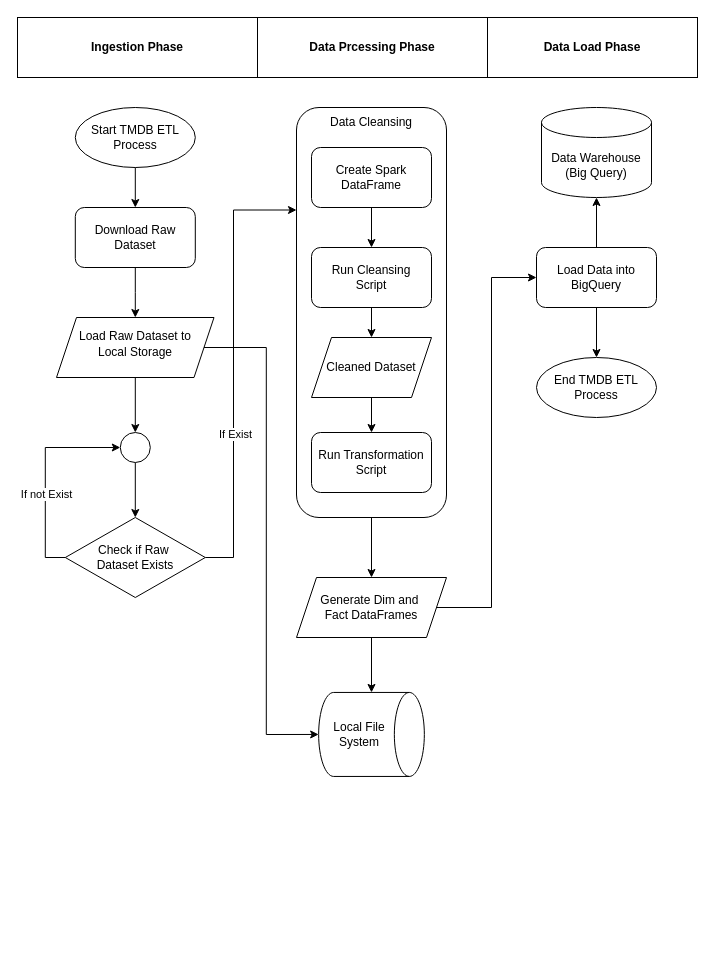
Above: doc/diagram/flow_diagram.drawio in 6587093polakornming/Airflow_Spark_Local (draw.io), before the change. Source tidied: cells renumbered, new cells numbered last; positions are measured from the earlier drawing's top-left corner, leaving out a move shared by most shapes. Both pictures are drawn from the tidied source at 100%, with x=0, y=0 at pixel (17, 17).
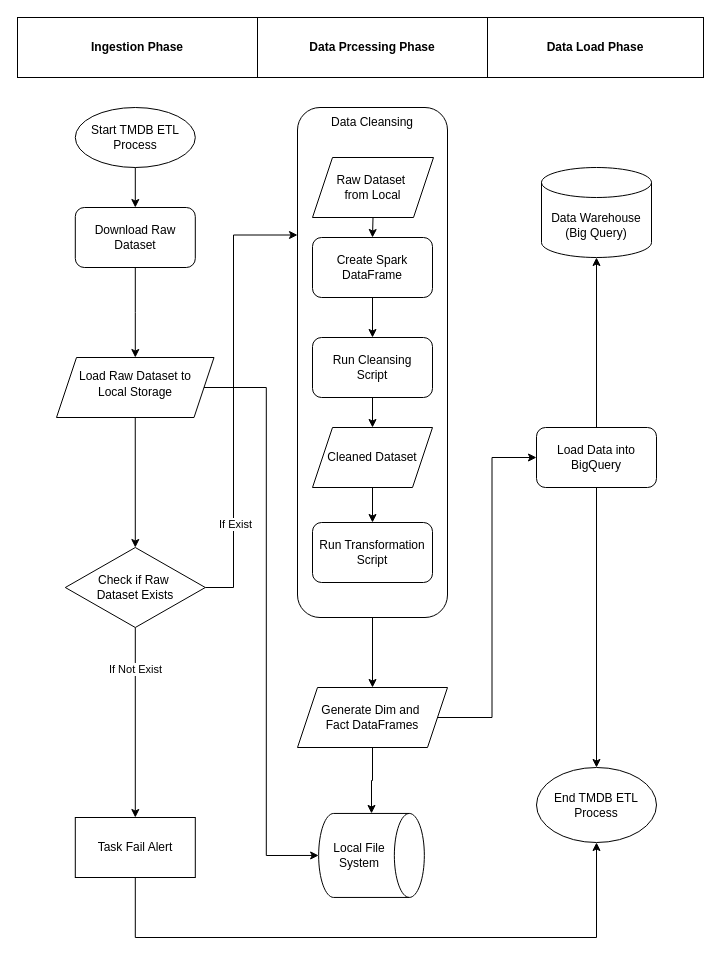
Above is the later version.

Unchanged cells that the change refers to:
```xml
<mxCell id="14" style="shape=cylinder3;whiteSpace=wrap;html=1;boundedLbl=1;backgroundOutline=1;size=15;rotation=90;" parent="13" vertex="1">
  <mxGeometry x="18" y="-15.9" width="84" height="105.7" as="geometry" />
</mxCell>
```

The edit, as a diff of the source:
```diff
@@
-    <mxCell id="6" style="edgeStyle=orthogonalEdgeStyle;rounded=0;jettySize=auto;html=1;" parent="1" edge="1" source="7" target="33">
-      <mxGeometry relative="1" as="geometry" />
-    </mxCell>
+    <mxCell id="41" style="edgeStyle=orthogonalEdgeStyle;rounded=0;jettySize=auto;html=1;exitX=0.5;exitY=1;exitDx=0;exitDy=0;entryX=0.5;entryY=0;entryDx=0;entryDy=0;" parent="1" edge="1" source="7" target="12">
+      <mxGeometry relative="1" as="geometry" />
+    </mxCell>
     <mxCell id="7" value="&lt;table&gt;&lt;tbody&gt;&lt;tr&gt;&lt;td&gt;&lt;code&gt;&lt;font face=&quot;Helvetica&quot;&gt;Load Raw Dataset to &lt;br&gt;Local Storage&lt;/font&gt;&lt;/code&gt;&lt;/td&gt;&lt;/tr&gt;&lt;/tbody&gt;&lt;/table&gt;&lt;table&gt;&lt;tbody&gt;&lt;tr&gt;&lt;td&gt;&lt;/td&gt;&lt;/tr&gt;&lt;/tbody&gt;&lt;/table&gt;" style="shape=parallelogram;perimeter=parallelogramPerimeter;whiteSpace=wrap;html=1;fixedSize=1;" parent="1" vertex="1">
-      <mxGeometry x="39" y="300" width="157.5" height="60" as="geometry" />
+      <mxGeometry x="39" y="340" width="157.5" height="60" as="geometry" />
     </mxCell>
-    <mxCell id="8" style="edgeStyle=orthogonalEdgeStyle;rounded=0;jettySize=auto;html=1;exitX=0;exitY=0.5;exitDx=0;exitDy=0;entryX=0;entryY=0.5;entryDx=0;entryDy=0;" parent="1" edge="1" source="12" target="33">
-      <mxGeometry relative="1" as="geometry" />
-    </mxCell>
-    <mxCell id="9" value="If not Exist" style="edgeLabel;html=1;align=center;verticalAlign=middle;" parent="8" vertex="1">
-      <mxGeometry x="-0.18" y="-1" relative="1" as="geometry" />
-    </mxCell>
     <mxCell id="10" style="edgeStyle=orthogonalEdgeStyle;rounded=0;jettySize=auto;html=1;exitX=1;exitY=0.5;exitDx=0;exitDy=0;entryX=0;entryY=0.25;entryDx=0;entryDy=0;" parent="1" edge="1" source="12" target="23">
       <mxGeometry relative="1" as="geometry">
         <Array as="points">
-          <mxPoint x="216" y="540" />
-          <mxPoint x="216" y="193" />
+          <mxPoint x="216" y="570" />
+          <mxPoint x="216" y="217" />
         </Array>
       </mxGeometry>
     </mxCell>
     <mxCell id="11" value="If Exist" style="edgeLabel;html=1;align=center;verticalAlign=middle;" parent="10" vertex="1">
       <mxGeometry x="-0.31" y="-1" relative="1" as="geometry">
-        <mxPoint y="-1" as="offset" />
+        <mxPoint y="61" as="offset" />
       </mxGeometry>
     </mxCell>
+    <mxCell id="42" style="edgeStyle=orthogonalEdgeStyle;rounded=0;jettySize=auto;html=1;exitX=0.5;exitY=1;exitDx=0;exitDy=0;entryX=0.5;entryY=0;entryDx=0;entryDy=0;" parent="1" edge="1" source="12" target="45">
+      <mxGeometry relative="1" as="geometry" />
+    </mxCell>
+    <mxCell id="43" value="If Not Exist" style="edgeLabel;html=1;align=center;verticalAlign=middle;" parent="42" vertex="1">
+      <mxGeometry x="-0.15" y="-2" relative="1" as="geometry">
+        <mxPoint x="2" y="-40" as="offset" />
+      </mxGeometry>
+    </mxCell>
     <mxCell id="12" value="Check if Raw&amp;nbsp;&lt;div&gt;Dataset Exists&lt;/div&gt;" style="rhombus;whiteSpace=wrap;html=1;" parent="1" vertex="1">
-      <mxGeometry x="47.8" y="500" width="140" height="80" as="geometry" />
+      <mxGeometry x="47.8" y="530" width="140" height="80" as="geometry" />
     </mxCell>
     <mxCell id="13" style="group;" parent="1" vertex="1">
-      <mxGeometry x="294" y="680" width="120" height="74" as="geometry" />
+      <mxGeometry x="294" y="801" width="120" height="74" as="geometry" />
     </mxCell>
@@
     <mxCell id="17" value="Generate Dim and&amp;nbsp;&lt;div&gt;Fact DataFrames&lt;/div&gt;" style="shape=parallelogram;perimeter=parallelogramPerimeter;whiteSpace=wrap;html=1;fixedSize=1;" parent="1" vertex="1">
-      <mxGeometry x="279" y="560" width="150" height="60" as="geometry" />
+      <mxGeometry x="280" y="670" width="150" height="60" as="geometry" />
     </mxCell>
@@
     <mxCell id="19" value="Load Data into BigQuery" style="rounded=1;whiteSpace=wrap;html=1;" parent="1" vertex="1">
-      <mxGeometry x="519" y="230" width="120" height="60" as="geometry" />
+      <mxGeometry x="519" y="410" width="120" height="60" as="geometry" />
     </mxCell>
     <mxCell id="20" value="Data Warehouse (Big Query)" style="shape=cylinder3;whiteSpace=wrap;html=1;boundedLbl=1;backgroundOutline=1;size=15;" parent="1" vertex="1">
-      <mxGeometry x="524" y="90" width="110" height="90" as="geometry" />
+      <mxGeometry x="524" y="150" width="110" height="90" as="geometry" />
     </mxCell>
     <mxCell id="21" value="End TMDB ETL Process" style="ellipse;whiteSpace=wrap;html=1;" parent="1" vertex="1">
-      <mxGeometry x="519" y="340" width="120" height="60" as="geometry" />
+      <mxGeometry x="519" y="750" width="120" height="75" as="geometry" />
     </mxCell>
-    <mxCell id="22" style="group;" parent="1" vertex="1">
-      <mxGeometry x="279" y="90" width="150" height="410" as="geometry" />
-    </mxCell>
+    <mxCell id="34" style="edgeStyle=orthogonalEdgeStyle;rounded=0;jettySize=auto;html=1;exitX=0.5;exitY=0;exitDx=0;exitDy=0;entryX=0.5;entryY=1;entryDx=0;entryDy=0;entryPerimeter=0;" parent="1" edge="1" source="19" target="20">
+      <mxGeometry relative="1" as="geometry" />
+    </mxCell>
+    <mxCell id="35" style="edgeStyle=orthogonalEdgeStyle;rounded=0;jettySize=auto;html=1;exitX=1;exitY=0.5;exitDx=0;exitDy=0;entryX=0.5;entryY=1;entryDx=0;entryDy=0;entryPerimeter=0;" parent="1" edge="1" source="7" target="14">
+      <mxGeometry relative="1" as="geometry" />
+    </mxCell>
+    <mxCell id="36" style="edgeStyle=orthogonalEdgeStyle;rounded=0;jettySize=auto;html=1;exitX=0.5;exitY=1;exitDx=0;exitDy=0;entryX=0.5;entryY=0;entryDx=0;entryDy=0;" parent="1" edge="1" source="23" target="17">
+      <mxGeometry relative="1" as="geometry" />
+    </mxCell>
+    <mxCell id="37" style="edgeStyle=orthogonalEdgeStyle;rounded=0;jettySize=auto;html=1;exitX=0.5;exitY=1;exitDx=0;exitDy=0;entryX=0;entryY=0.5;entryDx=0;entryDy=0;entryPerimeter=0;" parent="1" edge="1" source="17" target="14">
+      <mxGeometry relative="1" as="geometry" />
+    </mxCell>
+    <mxCell id="38" value="&lt;b&gt;Ingestion Phase&lt;/b&gt;" style="rounded=0;whiteSpace=wrap;html=1;" parent="1" vertex="1">
+      <mxGeometry width="240" height="60" as="geometry" />
+    </mxCell>
+    <mxCell id="39" value="&lt;b&gt;Data Prcessing Phase&lt;/b&gt;" style="rounded=0;whiteSpace=wrap;html=1;" parent="1" vertex="1">
+      <mxGeometry x="240" width="230" height="60" as="geometry" />
+    </mxCell>
+    <mxCell id="40" value="&lt;b&gt;Data Load Phase&lt;/b&gt;" style="rounded=0;whiteSpace=wrap;html=1;" parent="1" vertex="1">
+      <mxGeometry x="470" width="216" height="60" as="geometry" />
+    </mxCell>
+    <mxCell id="44" style="edgeStyle=orthogonalEdgeStyle;rounded=0;jettySize=auto;html=1;exitX=0.5;exitY=1;exitDx=0;exitDy=0;entryX=0.5;entryY=1;entryDx=0;entryDy=0;" parent="1" edge="1" source="45" target="21">
+      <mxGeometry relative="1" as="geometry">
+        <Array as="points">
+          <mxPoint x="118" y="920" />
+          <mxPoint x="579" y="920" />
+        </Array>
+      </mxGeometry>
+    </mxCell>
+    <mxCell id="45" value="Task Fail Alert" style="rounded=0;whiteSpace=wrap;html=1;" parent="1" vertex="1">
+      <mxGeometry x="57.8" y="800" width="120" height="60" as="geometry" />
+    </mxCell>
-    <mxCell id="23" style="rounded=1;whiteSpace=wrap;html=1;fillColor=none;" parent="22" vertex="1">
-      <mxGeometry width="150" height="410" as="geometry" />
+    <mxCell id="23" style="rounded=1;whiteSpace=wrap;html=1;fillColor=none;" parent="1" vertex="1">
+      <mxGeometry x="280" y="90" width="150" height="510" as="geometry" />
     </mxCell>
-    <mxCell id="24" style="edgeStyle=orthogonalEdgeStyle;rounded=0;jettySize=auto;html=1;exitX=0.5;exitY=1;exitDx=0;exitDy=0;entryX=0.5;entryY=0;entryDx=0;entryDy=0;" parent="22" edge="1" source="25" target="27">
+    <mxCell id="24" style="edgeStyle=orthogonalEdgeStyle;rounded=0;jettySize=auto;html=1;exitX=0.5;exitY=1;exitDx=0;exitDy=0;entryX=0.5;entryY=0;entryDx=0;entryDy=0;" parent="1" edge="1" source="25" target="27">
       <mxGeometry relative="1" as="geometry" />
     </mxCell>
-    <mxCell id="25" value="Create Spark DataFrame" style="rounded=1;whiteSpace=wrap;html=1;" parent="22" vertex="1">
-      <mxGeometry x="15" y="40" width="120" height="60" as="geometry" />
+    <mxCell id="25" value="Create Spark DataFrame" style="rounded=1;whiteSpace=wrap;html=1;" parent="1" vertex="1">
+      <mxGeometry x="295" y="220" width="120" height="60" as="geometry" />
     </mxCell>
-    <mxCell id="26" style="edgeStyle=orthogonalEdgeStyle;rounded=0;jettySize=auto;html=1;exitX=0.5;exitY=1;exitDx=0;exitDy=0;entryX=0.5;entryY=0;entryDx=0;entryDy=0;" parent="22" edge="1" source="27" target="31">
+    <mxCell id="26" style="edgeStyle=orthogonalEdgeStyle;rounded=0;jettySize=auto;html=1;exitX=0.5;exitY=1;exitDx=0;exitDy=0;entryX=0.5;entryY=0;entryDx=0;entryDy=0;" parent="1" edge="1" source="27" target="31">
       <mxGeometry relative="1" as="geometry" />
     </mxCell>
-    <mxCell id="27" value="Run Cleansing&lt;div&gt;Script&lt;/div&gt;" style="rounded=1;whiteSpace=wrap;html=1;" parent="22" vertex="1">
-      <mxGeometry x="15" y="140" width="120" height="60" as="geometry" />
+    <mxCell id="27" value="Run Cleansing&lt;div&gt;Script&lt;/div&gt;" style="rounded=1;whiteSpace=wrap;html=1;" parent="1" vertex="1">
+      <mxGeometry x="295" y="320" width="120" height="60" as="geometry" />
     </mxCell>
-    <mxCell id="28" value="Run Transformation Script" style="rounded=1;whiteSpace=wrap;html=1;" parent="22" vertex="1">
-      <mxGeometry x="15" y="325" width="120" height="60" as="geometry" />
+    <mxCell id="28" value="Run Transformation Script" style="rounded=1;whiteSpace=wrap;html=1;" parent="1" vertex="1">
+      <mxGeometry x="295" y="505" width="120" height="60" as="geometry" />
     </mxCell>
-    <mxCell id="29" value="Data Cleansing" style="text;html=1;align=center;verticalAlign=middle;whiteSpace=wrap;rounded=0;" parent="22" vertex="1">
-      <mxGeometry x="20" width="110" height="30" as="geometry" />
+    <mxCell id="29" value="Data Cleansing" style="text;html=1;align=center;verticalAlign=middle;whiteSpace=wrap;rounded=0;" parent="1" vertex="1">
+      <mxGeometry x="300" y="90" width="110" height="30" as="geometry" />
     </mxCell>
-    <mxCell id="30" style="edgeStyle=orthogonalEdgeStyle;rounded=0;jettySize=auto;html=1;exitX=0.5;exitY=1;exitDx=0;exitDy=0;entryX=0.5;entryY=0;entryDx=0;entryDy=0;" parent="22" edge="1" source="31" target="28">
+    <mxCell id="30" style="edgeStyle=orthogonalEdgeStyle;rounded=0;jettySize=auto;html=1;exitX=0.5;exitY=1;exitDx=0;exitDy=0;entryX=0.5;entryY=0;entryDx=0;entryDy=0;" parent="1" edge="1" source="31" target="28">
       <mxGeometry relative="1" as="geometry" />
     </mxCell>
-    <mxCell id="31" value="Cleaned Dataset" style="shape=parallelogram;perimeter=parallelogramPerimeter;whiteSpace=wrap;html=1;fixedSize=1;" parent="22" vertex="1">
-      <mxGeometry x="15" y="230" width="120" height="60" as="geometry" />
+    <mxCell id="31" value="Cleaned Dataset" style="shape=parallelogram;perimeter=parallelogramPerimeter;whiteSpace=wrap;html=1;fixedSize=1;" parent="1" vertex="1">
+      <mxGeometry x="295" y="410" width="120" height="60" as="geometry" />
     </mxCell>
-    <mxCell id="32" style="edgeStyle=orthogonalEdgeStyle;rounded=0;jettySize=auto;html=1;" parent="1" edge="1" source="33" target="12">
-      <mxGeometry relative="1" as="geometry" />
-    </mxCell>
-    <mxCell id="33" style="ellipse;whiteSpace=wrap;html=1;" parent="1" vertex="1">
-      <mxGeometry x="102.8" y="415" width="30" height="30" as="geometry" />
-    </mxCell>
-    <mxCell id="34" style="edgeStyle=orthogonalEdgeStyle;rounded=0;jettySize=auto;html=1;exitX=0.5;exitY=0;exitDx=0;exitDy=0;entryX=0.5;entryY=1;entryDx=0;entryDy=0;entryPerimeter=0;" parent="1" edge="1" source="19" target="20">
-      <mxGeometry relative="1" as="geometry" />
-    </mxCell>
-    <mxCell id="35" style="edgeStyle=orthogonalEdgeStyle;rounded=0;jettySize=auto;html=1;exitX=1;exitY=0.5;exitDx=0;exitDy=0;entryX=0.5;entryY=1;entryDx=0;entryDy=0;entryPerimeter=0;" parent="1" edge="1" source="7" target="14">
-      <mxGeometry relative="1" as="geometry" />
-    </mxCell>
-    <mxCell id="36" style="edgeStyle=orthogonalEdgeStyle;rounded=0;jettySize=auto;html=1;exitX=0.5;exitY=1;exitDx=0;exitDy=0;entryX=0.5;entryY=0;entryDx=0;entryDy=0;" parent="1" edge="1" source="23" target="17">
-      <mxGeometry relative="1" as="geometry" />
-    </mxCell>
-    <mxCell id="37" style="edgeStyle=orthogonalEdgeStyle;rounded=0;jettySize=auto;html=1;exitX=0.5;exitY=1;exitDx=0;exitDy=0;entryX=0;entryY=0.5;entryDx=0;entryDy=0;entryPerimeter=0;" parent="1" edge="1" source="17" target="14">
-      <mxGeometry relative="1" as="geometry" />
-    </mxCell>
-    <mxCell id="38" value="&lt;b&gt;Ingestion Phase&lt;/b&gt;" style="rounded=0;whiteSpace=wrap;html=1;" parent="1" vertex="1">
-      <mxGeometry width="240" height="60" as="geometry" />
-    </mxCell>
-    <mxCell id="39" value="&lt;b&gt;Data Prcessing Phase&lt;/b&gt;" style="rounded=0;whiteSpace=wrap;html=1;" parent="1" vertex="1">
-      <mxGeometry x="240" width="230" height="60" as="geometry" />
-    </mxCell>
-    <mxCell id="40" value="&lt;b&gt;Data Load Phase&lt;/b&gt;" style="rounded=0;whiteSpace=wrap;html=1;" parent="1" vertex="1">
-      <mxGeometry x="470" width="210" height="60" as="geometry" />
-    </mxCell>
+    <mxCell id="46" style="edgeStyle=orthogonalEdgeStyle;rounded=0;jettySize=auto;html=1;exitX=0.5;exitY=1;exitDx=0;exitDy=0;entryX=0.5;entryY=0;entryDx=0;entryDy=0;" parent="1" edge="1" source="47" target="25">
+      <mxGeometry relative="1" as="geometry" />
+    </mxCell>
+    <mxCell id="47" value="Raw Dataset&amp;nbsp;&lt;div&gt;from Local&lt;/div&gt;" style="shape=parallelogram;perimeter=parallelogramPerimeter;whiteSpace=wrap;html=1;fixedSize=1;" parent="1" vertex="1">
+      <mxGeometry x="295" y="140" width="121" height="60" as="geometry" />
+    </mxCell>
```
